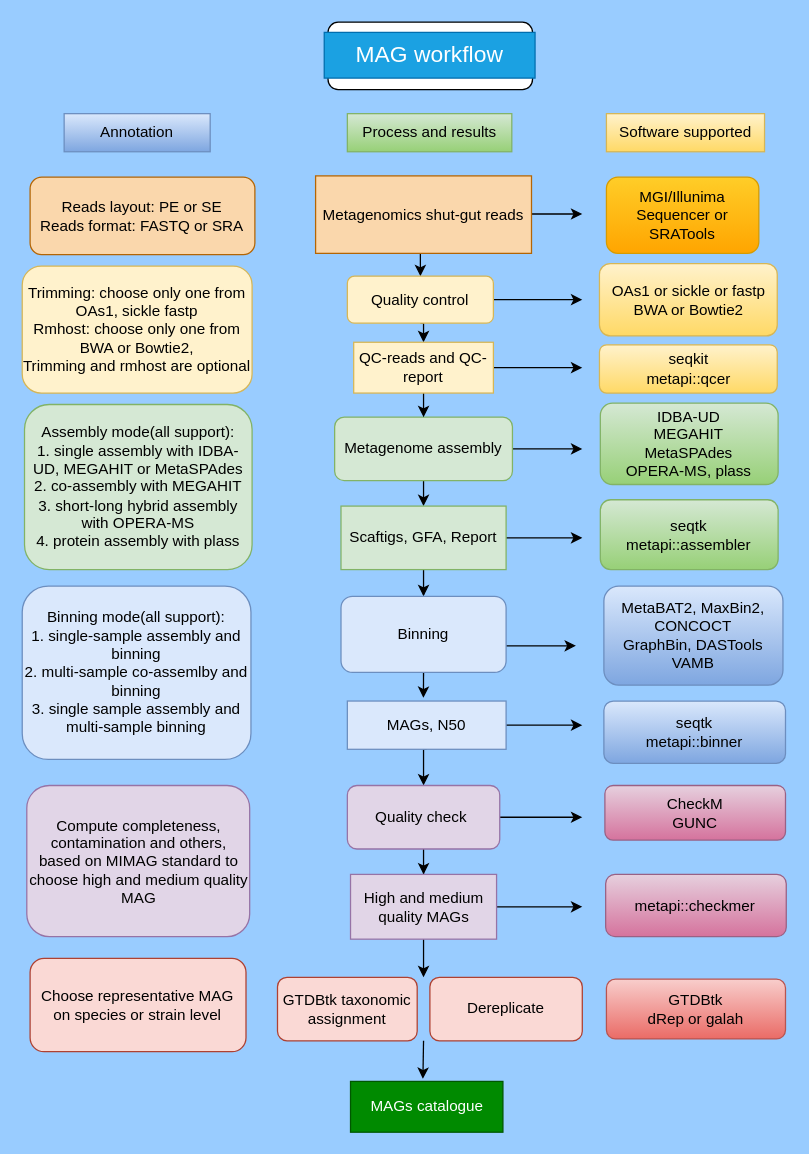
The draw.io diagram docs/mag_workflow.dio in ohmeta/metapi, before the edit. Source tidied: cells renumbered, new cells numbered last; positions are measured from the earlier drawing's top-left corner, leaving out a move shared by most shapes. Both pictures are drawn from the tidied source at 127%, with x=0, y=0 at pixel (22, 22).
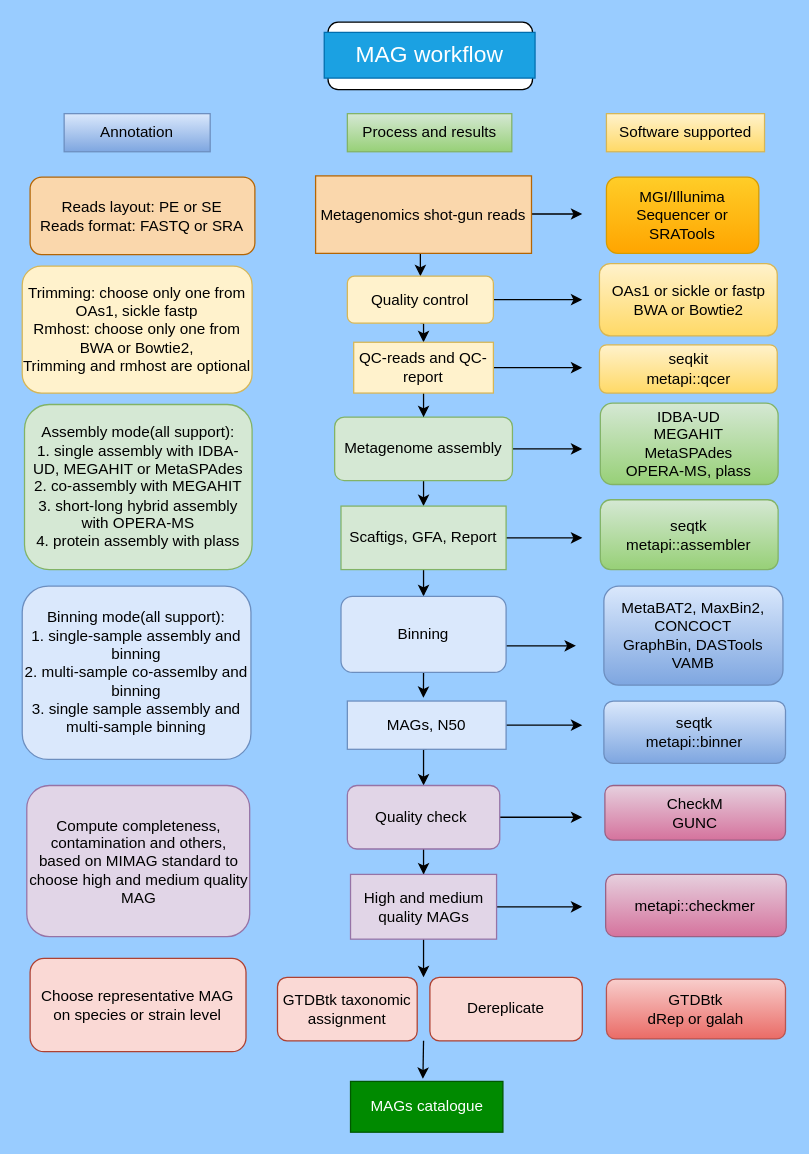
Above is the later version.

Diff of the diagram source:
```diff
@@
-    <mxCell id="22" value="Metagenomics shut-gut reads" style="rounded=0;whiteSpace=wrap;html=1;fillColor=#fad7ac;strokeColor=#b46504;" parent="1" vertex="1">
+    <mxCell id="22" value="Metagenomics shot-gun reads" style="rounded=0;whiteSpace=wrap;html=1;fillColor=#fad7ac;strokeColor=#b46504;" parent="1" vertex="1">
       <mxGeometry x="231" y="121" width="170" height="61" as="geometry" />
     </mxCell>
```
